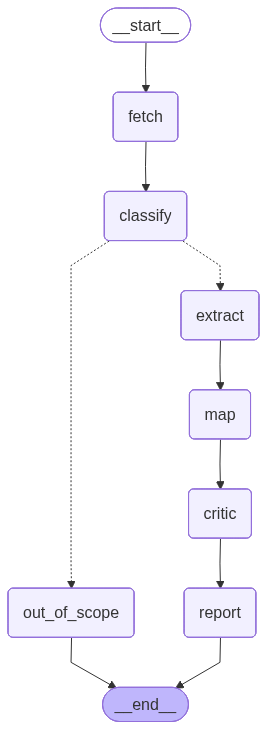
This is docs/orchestration/v6_pipeline.png from Product-nomad/attestloop, a Mermaid export, as it was before one commit. Its source is kept beside it as docs/orchestration/v6_pipeline.mmd.
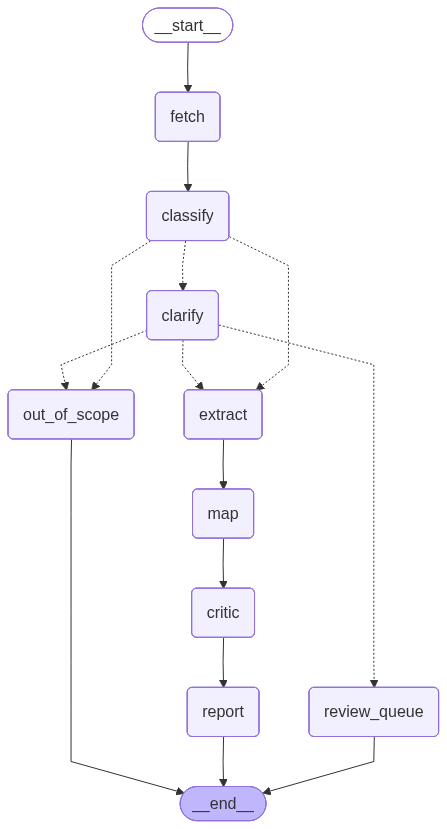
After the change.

The edit, as a diff of the source:
```diff
@@ -7,13 +7,19 @@
 	__start__([<p>__start__</p>]):::first
 	fetch(fetch)
 	classify(classify)
+	clarify(clarify)
 	extract(extract)
 	map(map)
 	critic(critic)
 	report(report)
 	out_of_scope(out_of_scope)
+	review_queue(review_queue)
 	__end__([<p>__end__</p>]):::last
 	__start__ --> fetch;
+	clarify -.-> extract;
+	clarify -.-> out_of_scope;
+	clarify -.-> review_queue;
+	classify -.-> clarify;
 	classify -.-> extract;
 	classify -.-> out_of_scope;
 	critic --> report;
@@ -22,6 +28,7 @@
 	map --> critic;
 	out_of_scope --> __end__;
 	report --> __end__;
+	review_queue --> __end__;
 	classDef default fill:#f2f0ff,line-height:1.2
 	classDef first fill-opacity:0
 	classDef last fill:#bfb6fc
```
